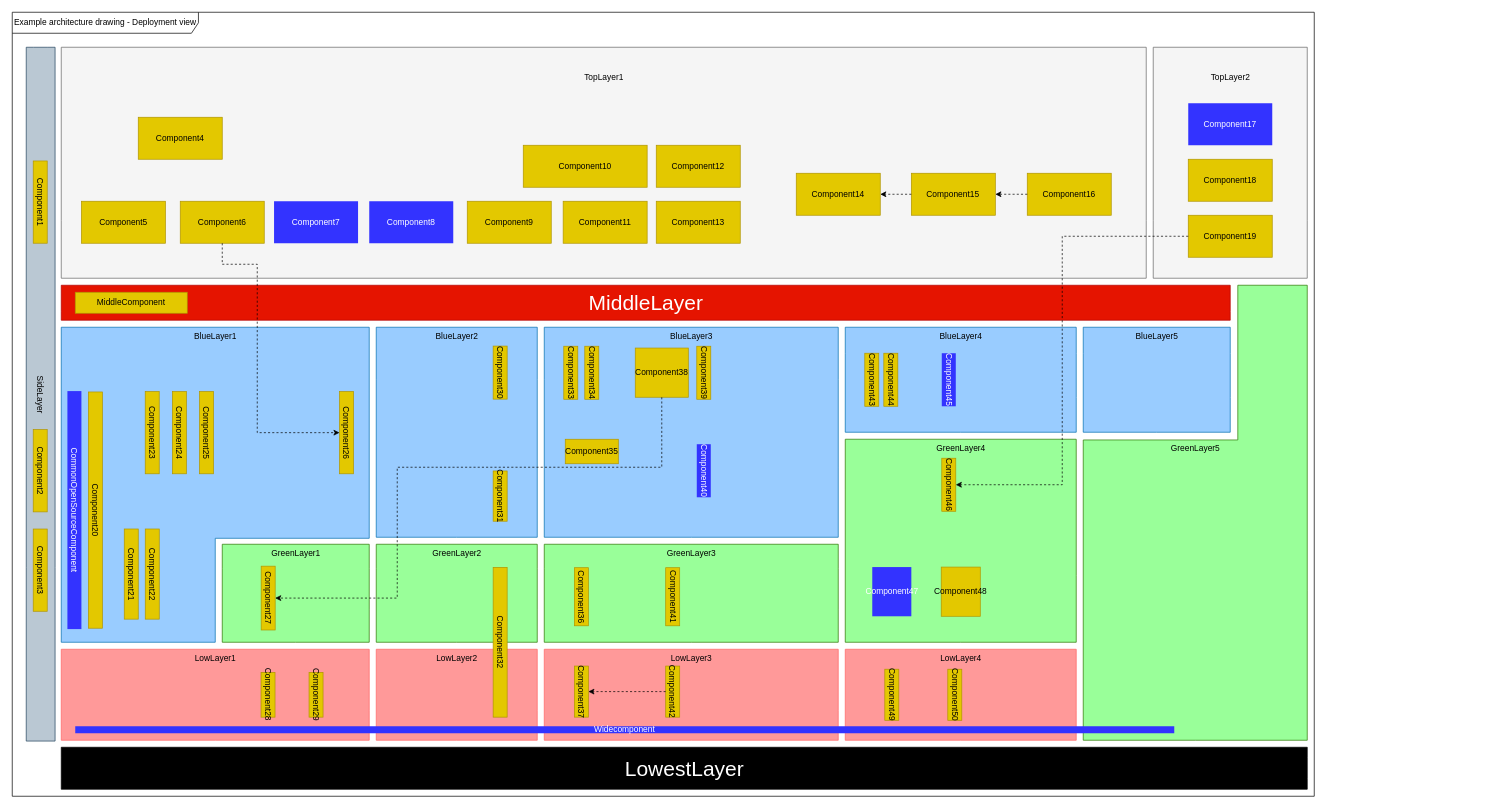
Above: arch-demo/arch-drawing.drawio in RobbertJongeling/ECSA-2022-replication-package (draw.io), before the change. Source tidied: cells renumbered, new cells numbered last; positions are measured from the earlier drawing's top-left corner, leaving out a move shared by most shapes. Both pictures are drawn from the tidied source at 70%, with x=0, y=0 at pixel (-307, 12).
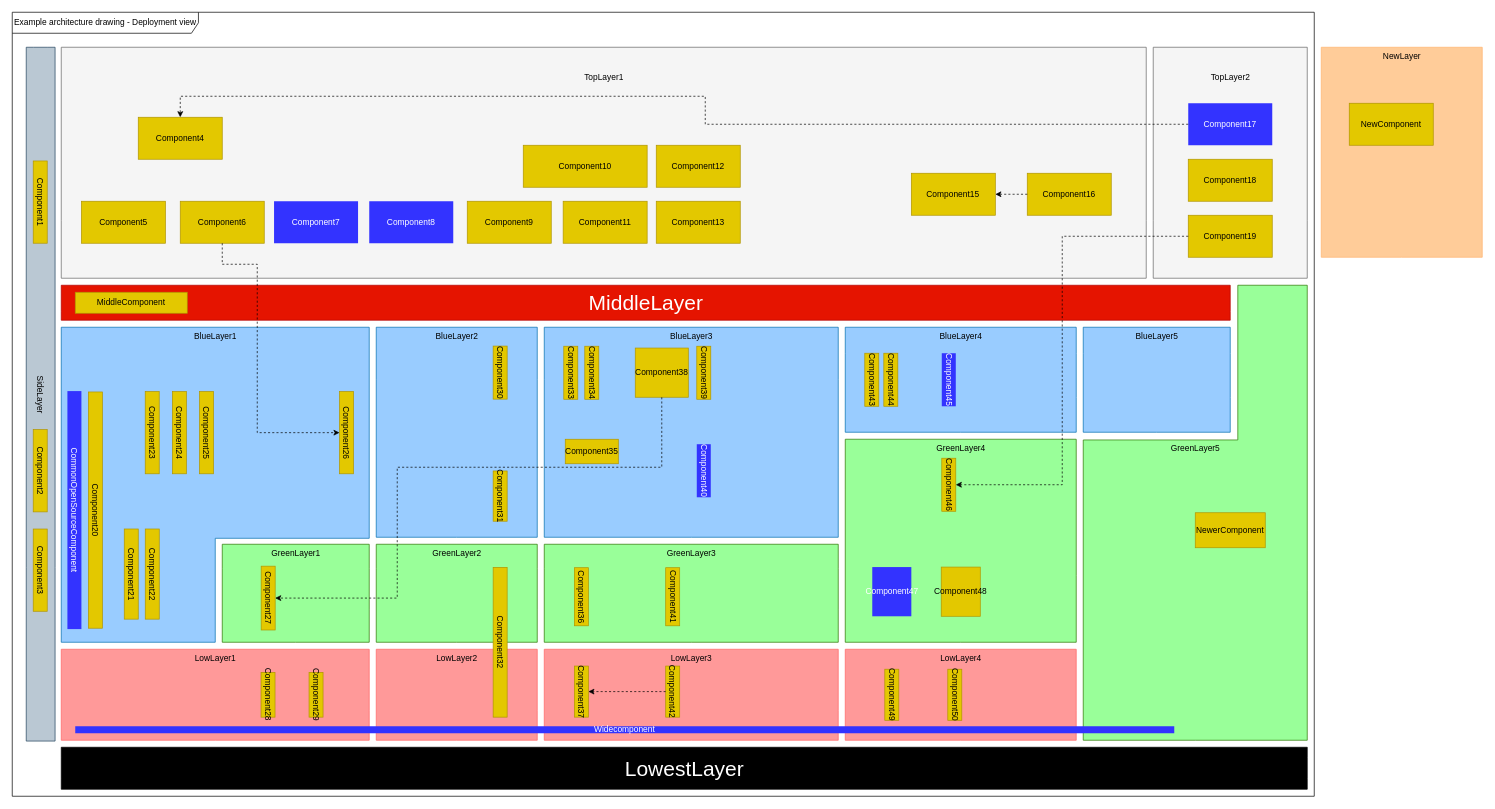
After the change.

The change refers to these unchanged cells:
```xml
<mxCell id="23" value="Component4" style="rounded=0;whiteSpace=wrap;html=1;fontColor=#000000;fillColor=#e3c800;strokeColor=#B09500;" parent="1" vertex="1">
  <mxGeometry x="635" y="150" width="120" height="60" as="geometry" />
</mxCell>
<mxCell id="34" value="Component15" style="rounded=0;html=1;fontColor=#000000;fillColor=#e3c800;strokeColor=#B09500;whiteSpace=wrap;" parent="1" vertex="1">
  <mxGeometry x="1739.4" y="230" width="120" height="60" as="geometry" />
</mxCell>
<mxCell id="36" value="Component17" style="rounded=0;html=1;fontColor=#FFFFFF;fillColor=#3333FF;strokeColor=none;whiteSpace=wrap;" parent="1" vertex="1">
  <mxGeometry x="2135" y="130" width="120" height="60" as="geometry" />
</mxCell>
```

The edit, as a diff of the source:
```diff
@@
+    <mxCell id="81" value="NewLayer" style="verticalLabelPosition=top;verticalAlign=bottom;html=1;shape=mxgraph.basic.polygon;polyCoords=[[0,0],[1,0],[1,0.25],[1,0.67],[1,1],[0.5,1],[0,1],[0,0.25]];polyline=0;fillColor=#FFCC99;strokeColor=#FFB570;fontColor=#000000;spacing=-20;labelPosition=center;align=center;labelBackgroundColor=none;" parent="1" vertex="1">
+      <mxGeometry x="2325" y="50" width="230" height="300" as="geometry" />
+    </mxCell>
+    <mxCell id="82" value="NewerComponent" style="rounded=0;whiteSpace=wrap;html=1;fillColor=#e3c800;fontColor=#000000;strokeColor=#B09500;" parent="1" vertex="1">
+      <mxGeometry x="2145" y="715" width="100" height="50" as="geometry" />
+    </mxCell>
+    <mxCell id="83" value="NewComponent" style="rounded=0;whiteSpace=wrap;html=1;fillColor=#e3c800;fontColor=#000000;strokeColor=#B09500;" parent="1" vertex="1">
+      <mxGeometry x="2365" y="130" width="120" height="60" as="geometry" />
+    </mxCell>
@@
-    <mxCell id="33" value="Component14" style="rounded=0;html=1;fontColor=#000000;fillColor=#e3c800;strokeColor=#B09500;whiteSpace=wrap;" parent="1" vertex="1">
-      <mxGeometry x="1575" y="230" width="120" height="60" as="geometry" />
-    </mxCell>
@@
-    <mxCell id="75" style="edgeStyle=orthogonalEdgeStyle;rounded=0;jettySize=auto;html=1;entryX=1;entryY=0.5;entryDx=0;entryDy=0;dashed=1;" parent="1" edge="1" source="34" target="33">
-      <mxGeometry relative="1" as="geometry" />
-    </mxCell>
+    <mxCell id="84" style="edgeStyle=orthogonalEdgeStyle;rounded=0;jettySize=auto;html=1;entryX=0.5;entryY=0;entryDx=0;entryDy=0;dashed=1;exitX=0;exitY=0.5;exitDx=0;exitDy=0;" parent="1" edge="1" source="36" target="23">
+      <mxGeometry relative="1" as="geometry">
+        <Array as="points">
+          <mxPoint x="1445" y="160" />
+          <mxPoint x="1445" y="120" />
+          <mxPoint x="695" y="120" />
+        </Array>
+      </mxGeometry>
+    </mxCell>
```
